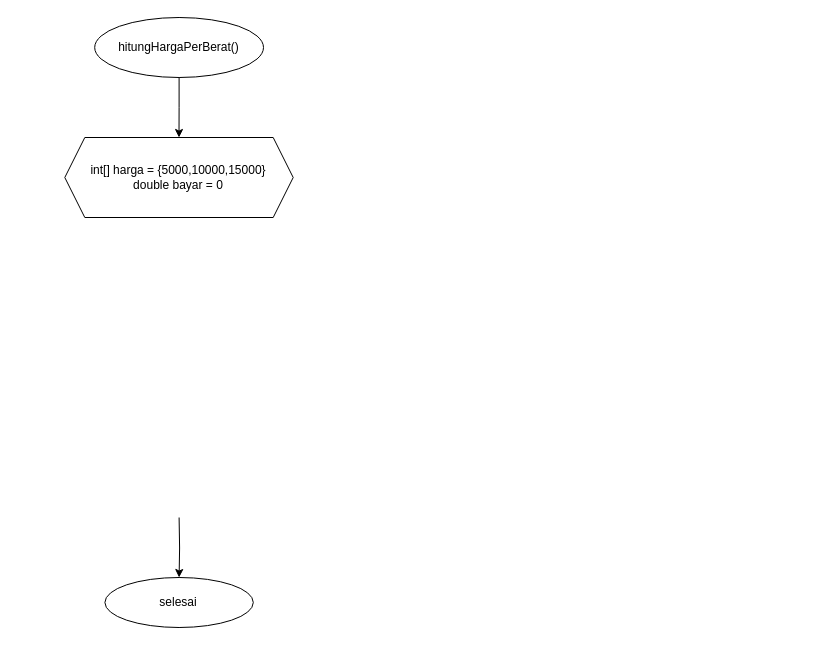
Diaputr/tugas-besar keeps this draw.io diagram as page "hitungPerberat" (3 of 3) of fiturBarang().drawio. Above is the earlier version. Source tidied: cells renumbered, new cells numbered last; positions are measured from the earlier drawing's top-left corner, leaving out a move shared by most shapes. Both pictures are drawn from the tidied source at 100%, with x=0, y=0 at pixel (64, 17).
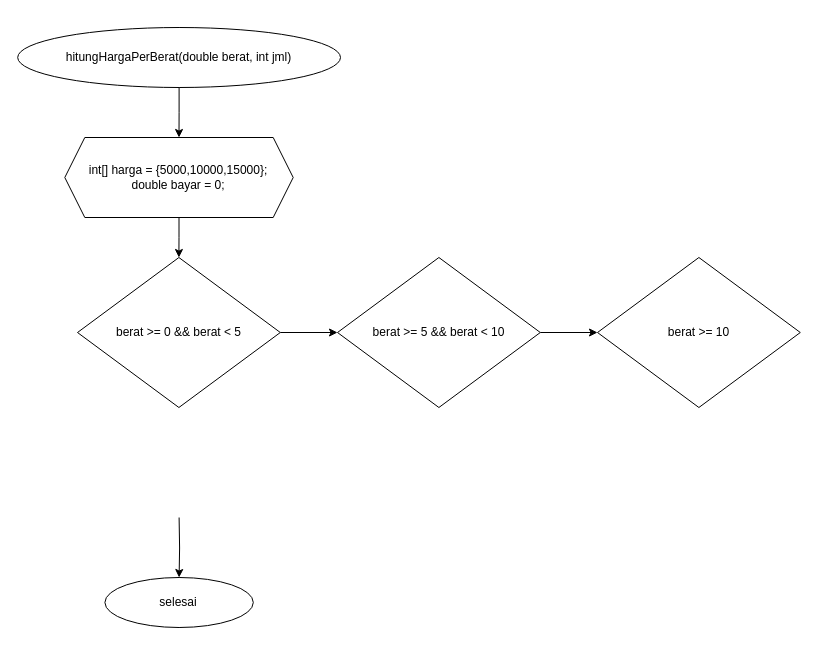
Above is the later version.

The edit, as a diff of the source:
```diff
@@
 <mxGraphModel>
   <root>
     <mxCell id="0" />
     <mxCell id="1" parent="0" />
     <mxCell id="2" style="edgeStyle=orthogonalEdgeStyle;rounded=0;jettySize=auto;html=1;" parent="1" edge="1" source="3" target="6">
       <mxGeometry relative="1" as="geometry" />
     </mxCell>
-    <mxCell id="3" value="hitungHargaPerBerat()" style="ellipse;whiteSpace=wrap;html=1;" parent="1" vertex="1">
-      <mxGeometry x="30.2" width="168.8" height="60" as="geometry" />
+    <mxCell id="3" value="hitungHargaPerBerat(double berat, int jml)" style="ellipse;whiteSpace=wrap;html=1;" parent="1" vertex="1">
+      <mxGeometry x="-46.8" y="10" width="322.8" height="60" as="geometry" />
     </mxCell>
     <mxCell id="4" style="edgeStyle=orthogonalEdgeStyle;rounded=0;jettySize=auto;html=1;" parent="1" edge="1" target="5">
       <mxGeometry relative="1" as="geometry">
         <mxPoint x="114.6" y="500" as="sourcePoint" />
       </mxGeometry>
     </mxCell>
     <mxCell id="5" value="selesai" style="ellipse;whiteSpace=wrap;html=1;" parent="1" vertex="1">
       <mxGeometry x="40.4" y="560" width="148.4" height="50" as="geometry" />
     </mxCell>
+    <mxCell id="7" style="edgeStyle=orthogonalEdgeStyle;rounded=0;jettySize=auto;html=1;" parent="1" edge="1" source="6" target="9">
+      <mxGeometry relative="1" as="geometry" />
+    </mxCell>
-    <mxCell id="6" value="int[] harga = {5000,10000,15000}&lt;br&gt;double bayar = 0" style="shape=hexagon;perimeter=hexagonPerimeter2;whiteSpace=wrap;html=1;fixedSize=1;" parent="1" vertex="1">
+    <mxCell id="6" value="int[] harga = {5000,10000,15000};&lt;br&gt;double bayar = 0;" style="shape=hexagon;perimeter=hexagonPerimeter2;whiteSpace=wrap;html=1;fixedSize=1;" parent="1" vertex="1">
       <mxGeometry x="0.3" y="120" width="228.4" height="80" as="geometry" />
     </mxCell>
+    <mxCell id="8" style="edgeStyle=orthogonalEdgeStyle;rounded=0;jettySize=auto;html=1;exitX=1;exitY=0.5;exitDx=0;exitDy=0;entryX=0;entryY=0.5;entryDx=0;entryDy=0;" parent="1" edge="1" source="9" target="11">
+      <mxGeometry relative="1" as="geometry" />
+    </mxCell>
+    <mxCell id="9" value="berat &amp;gt;= 0 &amp;amp;&amp;amp; berat &amp;lt; 5" style="rhombus;whiteSpace=wrap;html=1;" parent="1" vertex="1">
+      <mxGeometry x="13" y="240" width="202.8" height="150" as="geometry" />
+    </mxCell>
+    <mxCell id="10" style="edgeStyle=orthogonalEdgeStyle;rounded=0;jettySize=auto;html=1;exitX=1;exitY=0.5;exitDx=0;exitDy=0;entryX=0;entryY=0.5;entryDx=0;entryDy=0;" parent="1" edge="1" source="11" target="12">
+      <mxGeometry relative="1" as="geometry" />
+    </mxCell>
+    <mxCell id="11" value="berat &amp;gt;= 5 &amp;amp;&amp;amp; berat &amp;lt; 10" style="rhombus;whiteSpace=wrap;html=1;" parent="1" vertex="1">
+      <mxGeometry x="273" y="240" width="202.8" height="150" as="geometry" />
+    </mxCell>
+    <mxCell id="12" value="berat &amp;gt;= 10" style="rhombus;whiteSpace=wrap;html=1;" parent="1" vertex="1">
+      <mxGeometry x="533" y="240" width="202.8" height="150" as="geometry" />
+    </mxCell>
   </root>
 </mxGraphModel>
```
